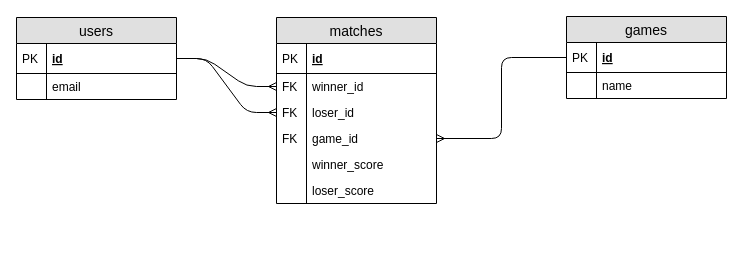
Before: docs/Goofspiel ERD.drawio in WillGWong/goofspiel, a draw.io diagram. Source tidied: cells renumbered, new cells numbered last; positions are measured from the earlier drawing's top-left corner, leaving out a move shared by most shapes. Both pictures are drawn from the tidied source at 100%, with x=0, y=0 at pixel (16, 16).
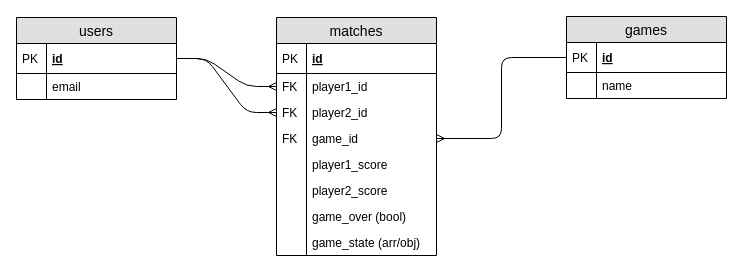
Above is the later version.

The edit, as a diff of the source:
```diff
@@
     <mxCell id="7" value="matches" style="swimlane;fontStyle=0;horizontal=1;startSize=26;fillColor=#e0e0e0;swimlaneFillColor=#ffffff;align=center;fontSize=14;" parent="1" vertex="1">
-      <mxGeometry x="260" y="1" width="160" height="186" as="geometry" />
+      <mxGeometry x="260" y="1" width="160" height="238" as="geometry" />
     </mxCell>
@@
-    <mxCell id="10" value="winner_id" style="shape=partialRectangle;top=0;left=0;right=0;bottom=0;align=left;verticalAlign=top;fillColor=none;spacingLeft=34;spacingRight=4;overflow=hidden;points=[[0,0.5],[1,0.5]];portConstraint=eastwest;fontSize=12;" parent="7" vertex="1">
+    <mxCell id="10" value="player1_id" style="shape=partialRectangle;top=0;left=0;right=0;bottom=0;align=left;verticalAlign=top;fillColor=none;spacingLeft=34;spacingRight=4;overflow=hidden;points=[[0,0.5],[1,0.5]];portConstraint=eastwest;fontSize=12;" parent="7" vertex="1">
       <mxGeometry y="56" width="160" height="26" as="geometry" />
     </mxCell>
@@
-    <mxCell id="12" value="loser_id" style="shape=partialRectangle;top=0;left=0;right=0;bottom=0;align=left;verticalAlign=top;fillColor=none;spacingLeft=34;spacingRight=4;overflow=hidden;points=[[0,0.5],[1,0.5]];portConstraint=eastwest;fontSize=12;" parent="7" vertex="1">
+    <mxCell id="12" value="player2_id" style="shape=partialRectangle;top=0;left=0;right=0;bottom=0;align=left;verticalAlign=top;fillColor=none;spacingLeft=34;spacingRight=4;overflow=hidden;points=[[0,0.5],[1,0.5]];portConstraint=eastwest;fontSize=12;" parent="7" vertex="1">
       <mxGeometry y="82" width="160" height="26" as="geometry" />
     </mxCell>
@@
-    <mxCell id="16" value="winner_score" style="shape=partialRectangle;top=0;left=0;right=0;bottom=0;align=left;verticalAlign=top;fillColor=none;spacingLeft=34;spacingRight=4;overflow=hidden;fontSize=12;" parent="7" vertex="1">
+    <mxCell id="16" value="player1_score" style="shape=partialRectangle;top=0;left=0;right=0;bottom=0;align=left;verticalAlign=top;fillColor=none;spacingLeft=34;spacingRight=4;overflow=hidden;fontSize=12;" parent="7" vertex="1">
       <mxGeometry y="134" width="160" height="26" as="geometry" />
     </mxCell>
@@
-    <mxCell id="18" value="loser_score" style="shape=partialRectangle;top=0;left=0;right=0;bottom=0;align=left;verticalAlign=top;fillColor=none;spacingLeft=34;spacingRight=4;overflow=hidden;fontSize=12;" parent="7" vertex="1">
+    <mxCell id="18" value="player2_score" style="shape=partialRectangle;top=0;left=0;right=0;bottom=0;align=left;verticalAlign=top;fillColor=none;spacingLeft=34;spacingRight=4;overflow=hidden;fontSize=12;" parent="7" vertex="1">
       <mxGeometry y="160" width="160" height="26" as="geometry" />
     </mxCell>
@@
+    <mxCell id="28" value="game_over (bool)" style="shape=partialRectangle;top=0;left=0;right=0;bottom=0;align=left;verticalAlign=top;fillColor=none;spacingLeft=34;spacingRight=4;overflow=hidden;fontSize=12;" parent="7" vertex="1">
+      <mxGeometry y="186" width="160" height="26" as="geometry" />
+    </mxCell>
+    <mxCell id="29" style="shape=partialRectangle;top=0;left=0;bottom=0;fillColor=none;align=left;verticalAlign=top;spacingLeft=4;spacingRight=4;overflow=hidden;fontSize=12;" parent="28" vertex="1">
+      <mxGeometry width="30" height="26" as="geometry" />
+    </mxCell>
+    <mxCell id="30" value="game_state (arr/obj)" style="shape=partialRectangle;top=0;left=0;right=0;bottom=0;align=left;verticalAlign=top;fillColor=none;spacingLeft=34;spacingRight=4;overflow=hidden;fontSize=12;" parent="7" vertex="1">
+      <mxGeometry y="212" width="160" height="26" as="geometry" />
+    </mxCell>
+    <mxCell id="31" style="shape=partialRectangle;top=0;left=0;bottom=0;fillColor=none;align=left;verticalAlign=top;spacingLeft=4;spacingRight=4;overflow=hidden;fontSize=12;" parent="30" vertex="1">
+      <mxGeometry width="30" height="26" as="geometry" />
+    </mxCell>
```
